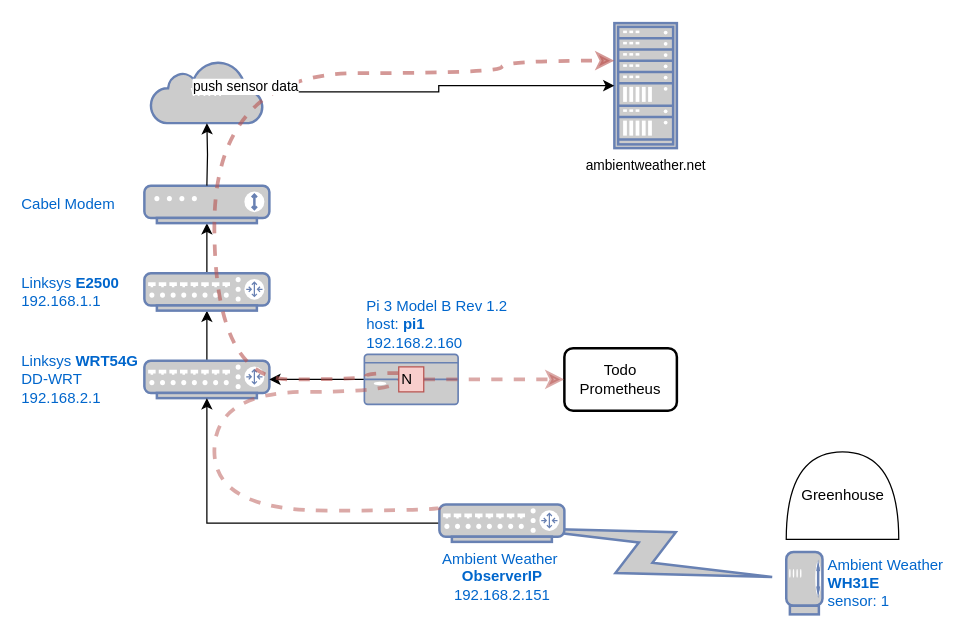
Above: docs/iot/gh-iot.drawio in ohiobarn/flowerfarm (draw.io), before the change. Source tidied: cells renumbered, new cells numbered last; positions are measured from the earlier drawing's top-left corner, leaving out a move shared by most shapes. Both pictures are drawn from the tidied source at 125%, with x=0, y=0 at pixel (144, 22).
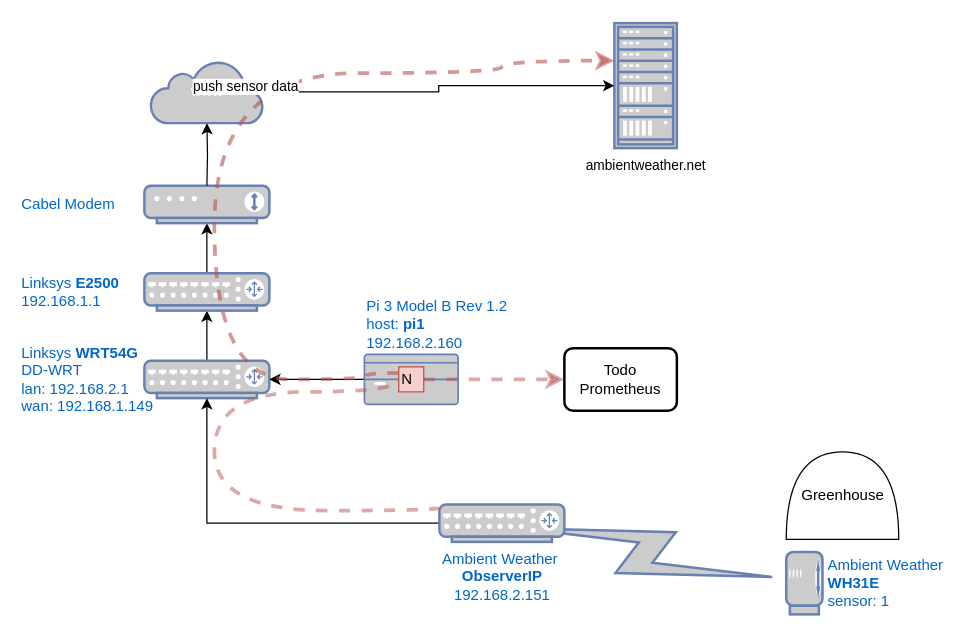
The same page after the edit.

Change to the diagram source:
```diff
@@
-    <mxCell id="3" value="Linksys &lt;b&gt;WRT54G&lt;/b&gt;&lt;br&gt;DD-WRT&lt;br&gt;192.168.2.1" style="fontColor=#0066CC;verticalAlign=middle;verticalLabelPosition=middle;labelPosition=left;align=left;html=1;outlineConnect=0;fillColor=#CCCCCC;strokeColor=#6881B3;gradientColor=none;gradientDirection=north;strokeWidth=2;shape=mxgraph.networks.router;" parent="1" vertex="1">
+    <mxCell id="3" value="Linksys &lt;b&gt;WRT54G&lt;/b&gt;&lt;br&gt;DD-WRT&lt;br&gt;lan: 192.168.2.1&lt;br&gt;wan: 192.168.1.149" style="fontColor=#0066CC;verticalAlign=middle;verticalLabelPosition=middle;labelPosition=left;align=left;html=1;outlineConnect=0;fillColor=#CCCCCC;strokeColor=#6881B3;gradientColor=none;gradientDirection=north;strokeWidth=2;shape=mxgraph.networks.router;spacingRight=1;spacingLeft=0;" parent="1" vertex="1">
       <mxGeometry y="270" width="100" height="30" as="geometry" />
     </mxCell>
```
